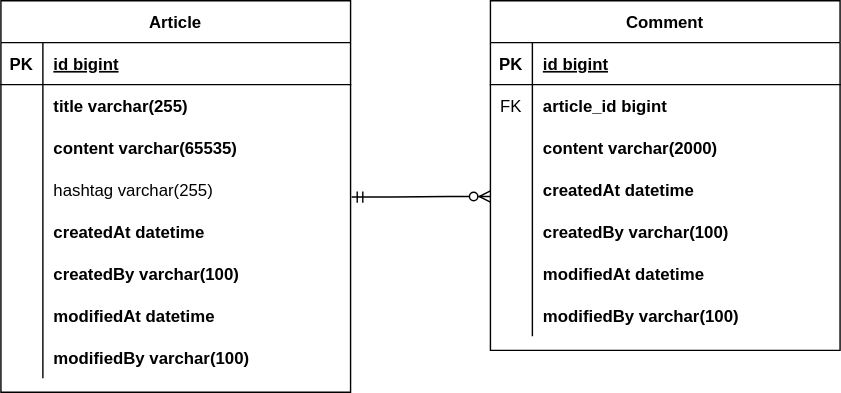
chloesk/spring-boot-board keeps this draw.io diagram as documents/spring-boot-project-board-erd.svg. Above is the earlier version. Source tidied: cells renumbered, new cells last; positions are measured from the earlier drawing's top-left corner, leaving out a move shared by most shapes.
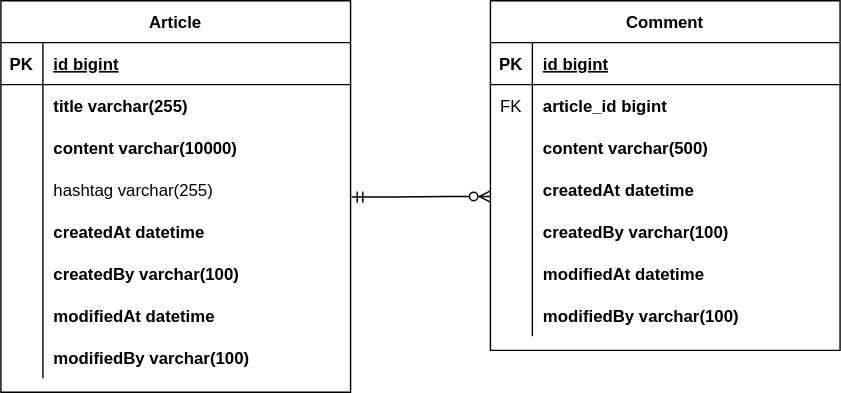
The same diagram one commit later.

Commit message:
#10 - Update ERD: change content size

Change to the diagram source:
```diff
@@ -29,7 +29,7 @@
     <mxCell id="10" style="shape=partialRectangle;overflow=hidden;fillColor=none;top=0;left=0;bottom=0;right=0;" parent="9" vertex="1">
       <mxGeometry width="30" height="30" as="geometry" />
     </mxCell>
-    <mxCell id="11" value="content varchar(65535)" style="shape=partialRectangle;overflow=hidden;fillColor=none;top=0;left=0;bottom=0;right=0;align=left;spacingLeft=6;fontStyle=1;" parent="9" vertex="1">
+    <mxCell id="11" value="content varchar(10000)" style="shape=partialRectangle;overflow=hidden;fillColor=none;top=0;left=0;bottom=0;right=0;align=left;spacingLeft=6;fontStyle=1;" parent="9" vertex="1">
       <mxGeometry x="30" width="220" height="30" as="geometry" />
     </mxCell>
     <mxCell id="12" style="shape=partialRectangle;fillColor=none;top=0;left=0;right=0;bottom=0;" parent="2" vertex="1">
@@ -104,7 +104,7 @@
     <mxCell id="35" style="shape=partialRectangle;overflow=hidden;fillColor=none;top=0;left=0;bottom=0;right=0;" parent="34" vertex="1">
       <mxGeometry width="30" height="30" as="geometry" />
     </mxCell>
-    <mxCell id="36" value="content varchar(2000)" style="shape=partialRectangle;overflow=hidden;fillColor=none;top=0;left=0;bottom=0;right=0;align=left;spacingLeft=6;fontStyle=1;" parent="34" vertex="1">
+    <mxCell id="36" value="content varchar(500)" style="shape=partialRectangle;overflow=hidden;fillColor=none;top=0;left=0;bottom=0;right=0;align=left;spacingLeft=6;fontStyle=1;" parent="34" vertex="1">
       <mxGeometry x="30" width="220" height="30" as="geometry" />
     </mxCell>
     <mxCell id="37" style="shape=partialRectangle;fillColor=none;top=0;left=0;right=0;bottom=0;" parent="27" vertex="1">
```
